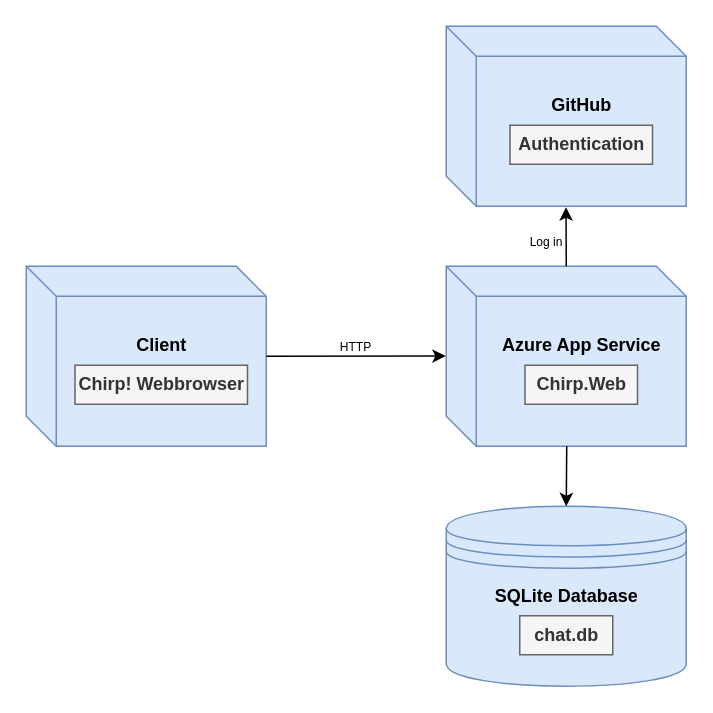
The draw.io diagram docs/diagrams/Application_Architecture.drawio in ITU-BDSA2024-GROUP6/Chirp, before the edit. Source tidied: cells renumbered, new cells numbered last; positions are measured from the earlier drawing's top-left corner, leaving out a move shared by most shapes. Both pictures are drawn from the tidied source at 150%, with x=0, y=0 at pixel (26, 26).
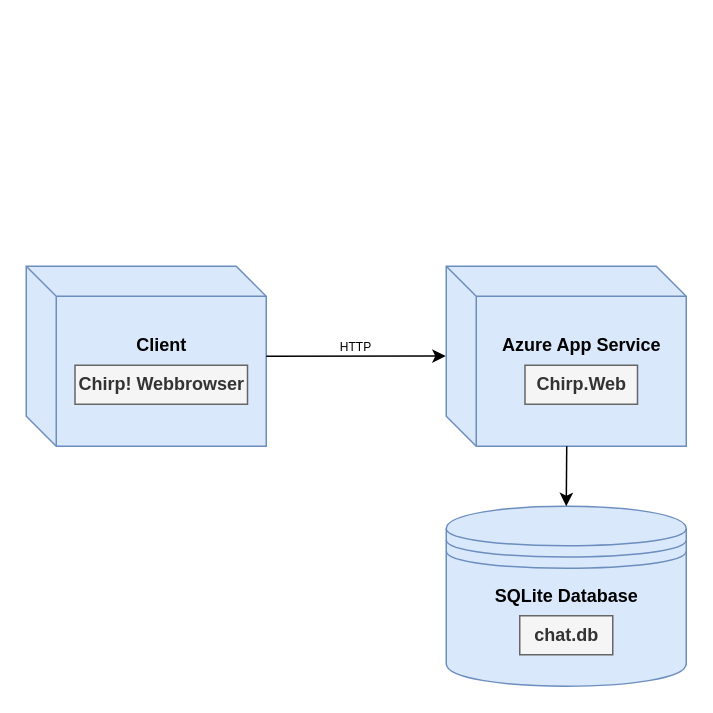
The same diagram, later.

Commit message (it also covers changes not shown here):
Changes to Application Architecture

The edit, as a diff of the source:
```diff
@@
-    <mxCell id="8" style="verticalAlign=top;align=left;spacingTop=8;spacingLeft=2;spacingRight=12;shape=cube;size=20;direction=east;fontStyle=4;html=1;whiteSpace=wrap;fillColor=#dae8fc;strokeColor=#6c8ebf;" parent="1" vertex="1">
-      <mxGeometry x="280" width="160" height="120" as="geometry" />
-    </mxCell>
-    <mxCell id="9" value="GitHub" style="text;align=center;fontStyle=1;verticalAlign=middle;spacingLeft=3;spacingRight=3;strokeColor=none;html=1;" parent="1" vertex="1">
-      <mxGeometry x="308" y="40" width="124" height="26" as="geometry" />
-    </mxCell>
-    <mxCell id="10" value="Authentication" style="text;align=center;fontStyle=1;verticalAlign=middle;spacingLeft=3;spacingRight=3;strokeColor=#666666;html=1;fillColor=#f5f5f5;fontColor=#333333;" parent="1" vertex="1">
-      <mxGeometry x="322.5" y="66" width="95" height="26" as="geometry" />
-    </mxCell>
@@
-    <mxCell id="15" style="endArrow=classic;html=1;rounded=0;entryX=0.499;entryY=1.005;entryDx=0;entryDy=0;entryPerimeter=0;" parent="1" edge="1" target="8">
-      <mxGeometry relative="1" as="geometry">
-        <mxPoint x="360" y="160" as="sourcePoint" />
-      </mxGeometry>
-    </mxCell>
@@
-    <mxCell id="18" value="&lt;font style=&quot;font-size: 8px;&quot;&gt;Log in&lt;/font&gt;" style="text;html=1;align=center;verticalAlign=middle;whiteSpace=wrap;rounded=0;" parent="1" vertex="1">
-      <mxGeometry x="317" y="128" width="60" height="30" as="geometry" />
-    </mxCell>
```
